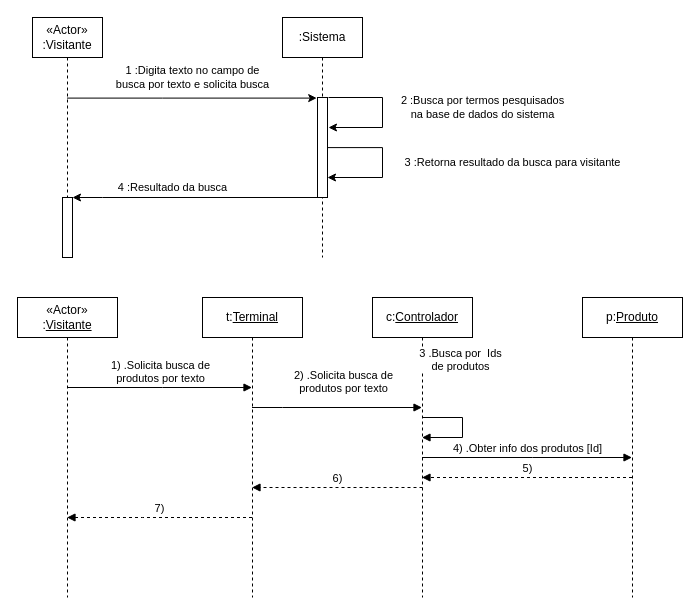
JorgeEduardoFOS/ecommercepet keeps this draw.io diagram as Untitled Diagram.drawio. Above is the earlier version. Source tidied: cells renumbered, new cells numbered last; positions are measured from the earlier drawing's top-left corner, leaving out a move shared by most shapes. Both pictures are drawn from the tidied source at 100%, with x=0, y=0 at pixel (17, 17).
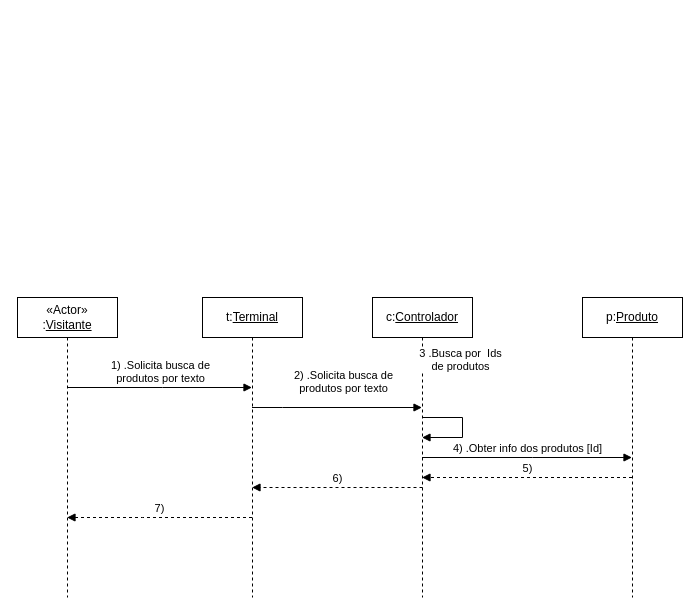
The same diagram, later.

Change to the diagram source:
```diff
@@
-    <mxCell id="2" value="&lt;div&gt;1 :Digita texto no campo de&lt;/div&gt;&lt;div&gt;busca por texto e solicita busca&lt;/div&gt;" style="edgeStyle=orthogonalEdgeStyle;rounded=0;jettySize=auto;html=1;entryX=-0.08;entryY=0.006;entryDx=0;entryDy=0;entryPerimeter=0;" parent="1" edge="1" source="3" target="7">
-      <mxGeometry y="21" relative="1" as="geometry">
-        <Array as="points">
-          <mxPoint x="145" y="80" />
-        </Array>
-      </mxGeometry>
-    </mxCell>
-    <mxCell id="3" value="&lt;div&gt;«Actor»&lt;/div&gt;&lt;div&gt;:Visitante&lt;/div&gt;" style="shape=umlLifeline;perimeter=lifelinePerimeter;whiteSpace=wrap;html=1;outlineConnect=0;" parent="1" vertex="1">
-      <mxGeometry x="15" width="70" height="240" as="geometry" />
-    </mxCell>
-    <mxCell id="4" style="html=1;perimeter=orthogonalPerimeter;" parent="3" vertex="1">
-      <mxGeometry x="30" y="180" width="10" height="60" as="geometry" />
-    </mxCell>
-    <mxCell id="5" value="4 :Resultado da busca" style="edgeStyle=orthogonalEdgeStyle;rounded=0;jettySize=auto;html=1;" parent="1" edge="1" source="6">
-      <mxGeometry x="0.2" y="-10" relative="1" as="geometry">
-        <mxPoint x="55" y="180" as="targetPoint" />
-        <Array as="points">
-          <mxPoint x="85" y="180" />
-          <mxPoint x="85" y="180" />
-        </Array>
-      </mxGeometry>
-    </mxCell>
-    <mxCell id="6" value=":Sistema" style="shape=umlLifeline;perimeter=lifelinePerimeter;whiteSpace=wrap;html=1;outlineConnect=0;" parent="1" vertex="1">
-      <mxGeometry x="265" width="80" height="240" as="geometry" />
-    </mxCell>
-    <mxCell id="7" style="html=1;points=[];perimeter=orthogonalPerimeter;" parent="6" vertex="1">
-      <mxGeometry x="35" y="80" width="10" height="100" as="geometry" />
-    </mxCell>
-    <mxCell id="8" value="3 :Retorna resultado da busca para visitante" style="edgeStyle=orthogonalEdgeStyle;rounded=0;jettySize=auto;html=1;exitX=0.998;exitY=0.501;exitDx=0;exitDy=0;exitPerimeter=0;" parent="6" edge="1" source="7">
-      <mxGeometry y="130" relative="1" as="geometry">
-        <mxPoint x="45" y="160" as="targetPoint" />
-        <Array as="points">
-          <mxPoint x="100" y="130" />
-          <mxPoint x="100" y="160" />
-        </Array>
-      </mxGeometry>
-    </mxCell>
-    <mxCell id="9" value="&lt;div&gt;2 :Busca por termos pesquisados&lt;/div&gt;&lt;div&gt;na base de dados do sistema&lt;/div&gt;" style="edgeStyle=orthogonalEdgeStyle;rounded=0;orthogonalLoop=1;jettySize=auto;html=1;" parent="1" edge="1">
-      <mxGeometry x="-0.07" y="100" relative="1" as="geometry">
-        <mxPoint x="311" y="80" as="sourcePoint" />
-        <mxPoint x="311" y="110" as="targetPoint" />
-        <Array as="points">
-          <mxPoint x="311" y="80" />
-          <mxPoint x="365" y="80" />
-          <mxPoint x="365" y="110" />
-        </Array>
-      </mxGeometry>
-    </mxCell>
```
